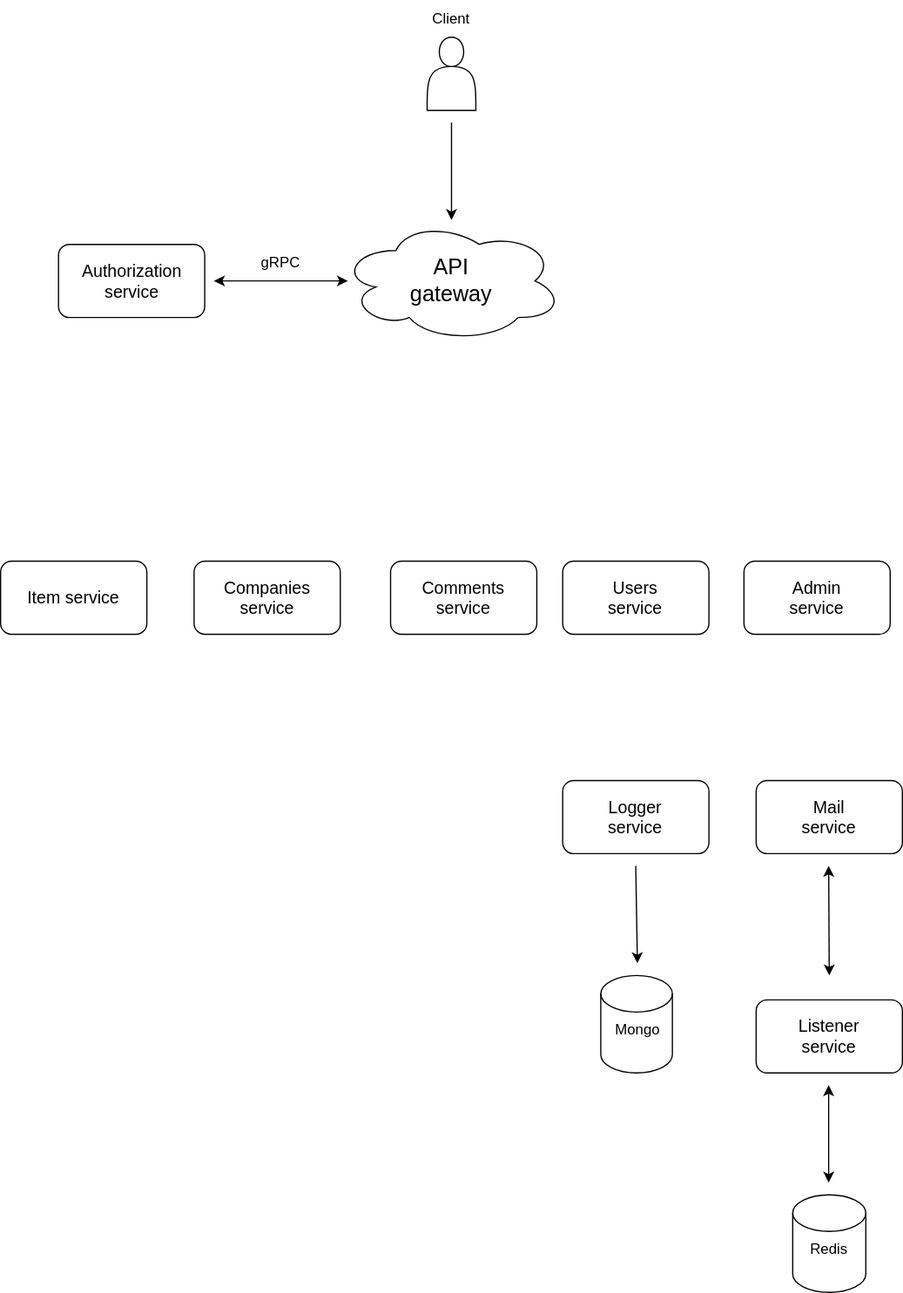
This is all/shopper-micro.drawio.svg from havrydotdev/diagrams, a draw.io export, as it was before one commit. Source tidied: cells renumbered, new cells last; positions are measured from the earlier drawing's top-left corner, leaving out a move shared by most shapes.
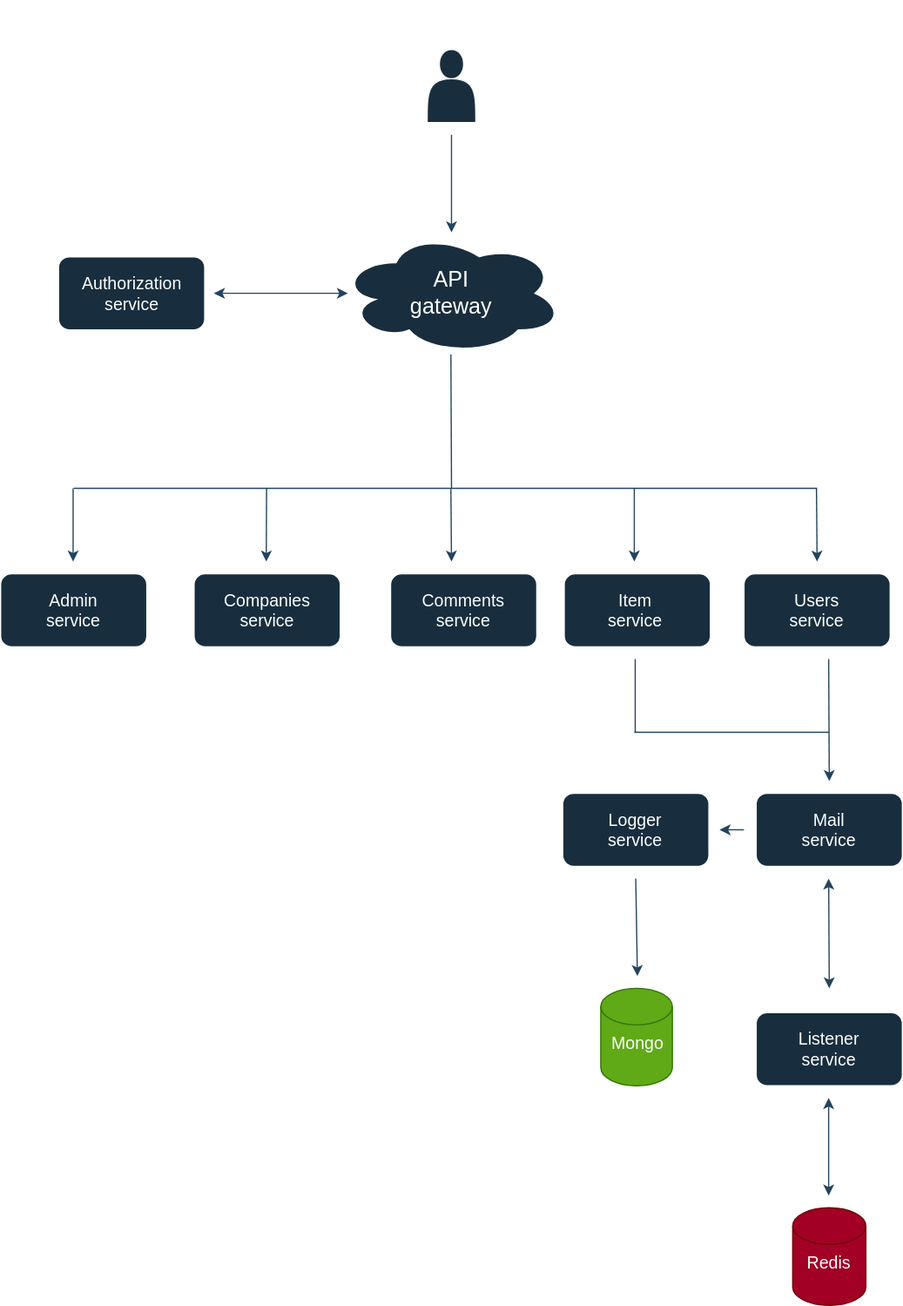
Later version of the same file.

What changed in the source:
```diff
@@ -2,37 +2,37 @@
   <root>
     <mxCell id="0" />
     <mxCell id="1" parent="0" />
-    <mxCell id="2" style="shape=actor;whiteSpace=wrap;html=1;" parent="1" vertex="1">
+    <mxCell id="2" style="shape=actor;whiteSpace=wrap;html=1;labelBackgroundColor=none;fillColor=#182E3E;strokeColor=#FFFFFF;fontColor=#FFFFFF;" parent="1" vertex="1">
       <mxGeometry x="350" y="30" width="40" height="60" as="geometry" />
     </mxCell>
-    <mxCell id="3" value="Client" style="text;strokeColor=none;align=center;fillColor=none;html=1;verticalAlign=middle;whiteSpace=wrap;rounded=0;" parent="1" vertex="1">
-      <mxGeometry x="340" width="60" height="30" as="geometry" />
+    <mxCell id="3" value="Client (browser)" style="text;strokeColor=none;align=center;fillColor=none;html=1;verticalAlign=middle;whiteSpace=wrap;rounded=0;labelBackgroundColor=none;fontColor=#FFFFFF;" parent="1" vertex="1">
+      <mxGeometry x="340" y="-10" width="60" height="30" as="geometry" />
     </mxCell>
-    <mxCell id="4" style="endArrow=classic;html=1;rounded=0;" parent="1" edge="1">
+    <mxCell id="4" style="endArrow=classic;html=1;rounded=0;labelBackgroundColor=none;strokeColor=#23445D;fontColor=default;" parent="1" edge="1">
       <mxGeometry relative="1" as="geometry">
         <mxPoint x="370" y="100" as="sourcePoint" />
         <mxPoint x="370" y="180" as="targetPoint" />
       </mxGeometry>
     </mxCell>
-    <mxCell id="5" style="ellipse;shape=cloud;whiteSpace=wrap;html=1;" parent="1" vertex="1">
+    <mxCell id="5" style="ellipse;shape=cloud;whiteSpace=wrap;html=1;labelBackgroundColor=none;fillColor=#182E3E;strokeColor=#FFFFFF;fontColor=#FFFFFF;" parent="1" vertex="1">
       <mxGeometry x="278.8" y="180" width="182.5" height="100" as="geometry" />
     </mxCell>
-    <mxCell id="6" value="&lt;font style=&quot;font-size: 18px;&quot;&gt;API gateway&lt;/font&gt;" style="text;strokeColor=none;align=center;fillColor=none;html=1;verticalAlign=middle;whiteSpace=wrap;rounded=0;" parent="1" vertex="1">
+    <mxCell id="6" value="&lt;font style=&quot;font-size: 18px;&quot;&gt;API gateway&lt;/font&gt;" style="text;strokeColor=none;align=center;fillColor=none;html=1;verticalAlign=middle;whiteSpace=wrap;rounded=0;labelBackgroundColor=none;fontColor=#FFFFFF;" parent="1" vertex="1">
       <mxGeometry x="325" y="207.5" width="90" height="45" as="geometry" />
     </mxCell>
-    <mxCell id="7" value="Authorization" style="text;strokeColor=none;align=center;fillColor=none;html=1;verticalAlign=middle;whiteSpace=wrap;rounded=0;" parent="1" vertex="1">
+    <mxCell id="7" value="Authorization" style="text;strokeColor=none;align=center;fillColor=none;html=1;verticalAlign=middle;whiteSpace=wrap;rounded=0;labelBackgroundColor=none;fontColor=#FFFFFF;" parent="1" vertex="1">
       <mxGeometry x="70" y="210" width="60" height="30" as="geometry" />
     </mxCell>
-    <mxCell id="8" style="rounded=1;whiteSpace=wrap;html=1;" parent="1" vertex="1">
+    <mxCell id="8" style="rounded=1;whiteSpace=wrap;html=1;labelBackgroundColor=none;fillColor=#182E3E;strokeColor=#FFFFFF;fontColor=#FFFFFF;" parent="1" vertex="1">
       <mxGeometry x="47.5" y="200" width="120" height="60" as="geometry" />
     </mxCell>
-    <mxCell id="9" value="gRPC" style="text;strokeColor=none;align=center;fillColor=none;html=1;verticalAlign=middle;whiteSpace=wrap;rounded=0;" parent="1" vertex="1">
+    <mxCell id="9" value="gRPC" style="text;strokeColor=none;align=center;fillColor=none;html=1;verticalAlign=middle;whiteSpace=wrap;rounded=0;labelBackgroundColor=none;fontColor=#FFFFFF;" parent="1" vertex="1">
       <mxGeometry x="200" y="200" width="60" height="30" as="geometry" />
     </mxCell>
-    <mxCell id="10" value="&lt;font style=&quot;font-size: 14px;&quot;&gt;Authorization service&lt;/font&gt;" style="text;strokeColor=none;align=center;fillColor=none;html=1;verticalAlign=middle;whiteSpace=wrap;rounded=0;" parent="1" vertex="1">
+    <mxCell id="10" value="&lt;font style=&quot;font-size: 14px;&quot;&gt;Authorization service&lt;/font&gt;" style="text;strokeColor=none;align=center;fillColor=none;html=1;verticalAlign=middle;whiteSpace=wrap;rounded=0;labelBackgroundColor=none;fontColor=#FFFFFF;" parent="1" vertex="1">
       <mxGeometry x="62.5" y="210" width="90" height="40" as="geometry" />
     </mxCell>
-    <mxCell id="11" style="endArrow=classic;startArrow=classic;html=1;rounded=0;" parent="1" edge="1">
+    <mxCell id="11" style="endArrow=classic;startArrow=classic;html=1;rounded=0;labelBackgroundColor=none;strokeColor=#23445D;fontColor=default;" parent="1" edge="1">
       <mxGeometry relative="1" as="geometry">
         <mxPoint x="175" y="230" as="sourcePoint" />
         <mxPoint x="285" y="230" as="targetPoint" />
@@ -41,83 +41,155 @@
         </Array>
       </mxGeometry>
     </mxCell>
-    <mxCell id="12" style="rounded=1;whiteSpace=wrap;html=1;" parent="1" vertex="1">
+    <mxCell id="12" style="rounded=1;whiteSpace=wrap;html=1;labelBackgroundColor=none;fillColor=#182E3E;strokeColor=#FFFFFF;fontColor=#FFFFFF;" parent="1" vertex="1">
       <mxGeometry y="460" width="120" height="60" as="geometry" />
     </mxCell>
-    <mxCell id="13" value="&lt;font style=&quot;font-size: 14px;&quot;&gt;Item service&lt;/font&gt;" style="text;strokeColor=none;align=center;fillColor=none;html=1;verticalAlign=middle;whiteSpace=wrap;rounded=0;" parent="1" vertex="1">
-      <mxGeometry x="20" y="465" width="80" height="50" as="geometry" />
-    </mxCell>
-    <mxCell id="14" style="rounded=1;whiteSpace=wrap;html=1;" parent="1" vertex="1">
+    <mxCell id="14" style="rounded=1;whiteSpace=wrap;html=1;labelBackgroundColor=none;fillColor=#182E3E;strokeColor=#FFFFFF;fontColor=#FFFFFF;" parent="1" vertex="1">
       <mxGeometry x="158.8" y="460" width="120" height="60" as="geometry" />
     </mxCell>
-    <mxCell id="15" value="&lt;font style=&quot;font-size: 14px;&quot;&gt;Companies service&lt;/font&gt;" style="text;strokeColor=none;align=center;fillColor=none;html=1;verticalAlign=middle;whiteSpace=wrap;rounded=0;" parent="1" vertex="1">
+    <mxCell id="15" value="&lt;font style=&quot;font-size: 14px;&quot;&gt;Companies service&lt;/font&gt;" style="text;strokeColor=none;align=center;fillColor=none;html=1;verticalAlign=middle;whiteSpace=wrap;rounded=0;labelBackgroundColor=none;fontColor=#FFFFFF;" parent="1" vertex="1">
       <mxGeometry x="188.8" y="475" width="60" height="30" as="geometry" />
     </mxCell>
-    <mxCell id="16" style="rounded=1;whiteSpace=wrap;html=1;" parent="1" vertex="1">
+    <mxCell id="16" style="rounded=1;whiteSpace=wrap;html=1;labelBackgroundColor=none;fillColor=#182E3E;strokeColor=#FFFFFF;fontColor=#FFFFFF;" parent="1" vertex="1">
       <mxGeometry x="320" y="460" width="120" height="60" as="geometry" />
     </mxCell>
-    <mxCell id="17" value="&lt;font style=&quot;font-size: 14px;&quot;&gt;Comments service&lt;/font&gt;" style="text;strokeColor=none;align=center;fillColor=none;html=1;verticalAlign=middle;whiteSpace=wrap;rounded=0;" parent="1" vertex="1">
+    <mxCell id="17" value="&lt;font style=&quot;font-size: 14px;&quot;&gt;Comments service&lt;/font&gt;" style="text;strokeColor=none;align=center;fillColor=none;html=1;verticalAlign=middle;whiteSpace=wrap;rounded=0;labelBackgroundColor=none;fontColor=#FFFFFF;" parent="1" vertex="1">
       <mxGeometry x="350" y="475" width="60" height="30" as="geometry" />
     </mxCell>
-    <mxCell id="18" style="rounded=1;whiteSpace=wrap;html=1;" parent="1" vertex="1">
-      <mxGeometry x="461.2" y="460" width="120" height="60" as="geometry" />
-    </mxCell>
-    <mxCell id="19" value="&lt;font style=&quot;font-size: 14px;&quot;&gt;Users service&lt;/font&gt;" style="text;strokeColor=none;align=center;fillColor=none;html=1;verticalAlign=middle;whiteSpace=wrap;rounded=0;" parent="1" vertex="1">
-      <mxGeometry x="491.2" y="475" width="60" height="30" as="geometry" />
-    </mxCell>
-    <mxCell id="20" style="rounded=1;whiteSpace=wrap;html=1;" parent="1" vertex="1">
+    <mxCell id="20" style="rounded=1;whiteSpace=wrap;html=1;labelBackgroundColor=none;fillColor=#182E3E;strokeColor=#FFFFFF;fontColor=#FFFFFF;" parent="1" vertex="1">
       <mxGeometry x="610" y="460" width="120" height="60" as="geometry" />
     </mxCell>
-    <mxCell id="21" value="&lt;font style=&quot;font-size: 14px;&quot;&gt;Admin service&lt;/font&gt;" style="text;strokeColor=none;align=center;fillColor=none;html=1;verticalAlign=middle;whiteSpace=wrap;rounded=0;" parent="1" vertex="1">
-      <mxGeometry x="640" y="475" width="60" height="30" as="geometry" />
+    <mxCell id="21" value="&lt;font style=&quot;font-size: 14px;&quot;&gt;Admin service&lt;/font&gt;" style="text;strokeColor=none;align=center;fillColor=none;html=1;verticalAlign=middle;whiteSpace=wrap;rounded=0;labelBackgroundColor=none;fontColor=#FFFFFF;" parent="1" vertex="1">
+      <mxGeometry x="30" y="475" width="60" height="30" as="geometry" />
     </mxCell>
-    <mxCell id="22" style="rounded=1;whiteSpace=wrap;html=1;" parent="1" vertex="1">
+    <mxCell id="22" style="rounded=1;whiteSpace=wrap;html=1;labelBackgroundColor=none;fillColor=#182E3E;strokeColor=#FFFFFF;fontColor=#FFFFFF;" parent="1" vertex="1">
       <mxGeometry x="461.2" y="640" width="120" height="60" as="geometry" />
     </mxCell>
-    <mxCell id="23" value="&lt;font style=&quot;font-size: 14px;&quot;&gt;Logger service&lt;/font&gt;" style="text;strokeColor=none;align=center;fillColor=none;html=1;verticalAlign=middle;whiteSpace=wrap;rounded=0;" parent="1" vertex="1">
+    <mxCell id="23" value="&lt;font style=&quot;font-size: 14px;&quot;&gt;Logger service&lt;/font&gt;" style="text;strokeColor=none;align=center;fillColor=none;html=1;verticalAlign=middle;whiteSpace=wrap;rounded=0;labelBackgroundColor=none;fontColor=#FFFFFF;" parent="1" vertex="1">
       <mxGeometry x="491.2" y="655" width="60" height="30" as="geometry" />
     </mxCell>
-    <mxCell id="24" style="rounded=1;whiteSpace=wrap;html=1;" parent="1" vertex="1">
+    <mxCell id="24" style="rounded=1;whiteSpace=wrap;html=1;labelBackgroundColor=none;fillColor=#182E3E;strokeColor=#FFFFFF;fontColor=#FFFFFF;" parent="1" vertex="1">
       <mxGeometry x="620" y="640" width="120" height="60" as="geometry" />
     </mxCell>
-    <mxCell id="25" value="&lt;font style=&quot;font-size: 14px;&quot;&gt;Mail service&lt;/font&gt;" style="text;strokeColor=none;align=center;fillColor=none;html=1;verticalAlign=middle;whiteSpace=wrap;rounded=0;" parent="1" vertex="1">
+    <mxCell id="25" value="&lt;font style=&quot;font-size: 14px;&quot;&gt;Mail service&lt;/font&gt;" style="text;strokeColor=none;align=center;fillColor=none;html=1;verticalAlign=middle;whiteSpace=wrap;rounded=0;labelBackgroundColor=none;fontColor=#FFFFFF;" parent="1" vertex="1">
       <mxGeometry x="650" y="655" width="60" height="30" as="geometry" />
     </mxCell>
-    <mxCell id="26" style="shape=cylinder3;whiteSpace=wrap;html=1;boundedLbl=1;backgroundOutline=1;size=15;" parent="1" vertex="1">
+    <mxCell id="26" style="shape=cylinder3;whiteSpace=wrap;html=1;boundedLbl=1;backgroundOutline=1;size=15;labelBackgroundColor=none;fillColor=#60a917;strokeColor=#2D7600;fontColor=#ffffff;" parent="1" vertex="1">
       <mxGeometry x="492.5" y="800" width="58.8" height="80" as="geometry" />
     </mxCell>
-    <mxCell id="27" style="endArrow=classic;html=1;rounded=0;" parent="1" edge="1">
+    <mxCell id="27" style="endArrow=classic;html=1;rounded=0;labelBackgroundColor=none;strokeColor=#23445D;fontColor=default;" parent="1" edge="1">
       <mxGeometry relative="1" as="geometry">
         <mxPoint x="521.2" y="710" as="sourcePoint" />
         <mxPoint x="522.6" y="790" as="targetPoint" />
       </mxGeometry>
     </mxCell>
-    <mxCell id="28" value="Mongo" style="text;strokeColor=none;align=center;fillColor=none;html=1;verticalAlign=middle;whiteSpace=wrap;rounded=0;" parent="1" vertex="1">
+    <mxCell id="28" value="&lt;font style=&quot;font-size: 14px;&quot;&gt;Mongo&lt;/font&gt;" style="text;strokeColor=none;align=center;fillColor=none;html=1;verticalAlign=middle;whiteSpace=wrap;rounded=0;labelBackgroundColor=none;fontColor=#FFFFFF;" parent="1" vertex="1">
       <mxGeometry x="492.5" y="830" width="60" height="30" as="geometry" />
     </mxCell>
-    <mxCell id="29" style="endArrow=classic;startArrow=classic;html=1;rounded=0;" parent="1" edge="1">
+    <mxCell id="29" style="endArrow=classic;startArrow=classic;html=1;rounded=0;labelBackgroundColor=none;strokeColor=#23445D;fontColor=default;" parent="1" edge="1">
       <mxGeometry relative="1" as="geometry">
         <mxPoint x="680" y="800" as="sourcePoint" />
         <mxPoint x="679.5" y="710" as="targetPoint" />
       </mxGeometry>
     </mxCell>
-    <mxCell id="30" style="rounded=1;whiteSpace=wrap;html=1;" parent="1" vertex="1">
+    <mxCell id="30" style="rounded=1;whiteSpace=wrap;html=1;labelBackgroundColor=none;fillColor=#182E3E;strokeColor=#FFFFFF;fontColor=#FFFFFF;" parent="1" vertex="1">
       <mxGeometry x="620" y="820" width="120" height="60" as="geometry" />
     </mxCell>
-    <mxCell id="31" value="&lt;font style=&quot;font-size: 14px;&quot;&gt;Listener service&lt;/font&gt;" style="text;strokeColor=none;align=center;fillColor=none;html=1;verticalAlign=middle;whiteSpace=wrap;rounded=0;" parent="1" vertex="1">
+    <mxCell id="31" value="&lt;font style=&quot;font-size: 14px;&quot;&gt;Listener service&lt;/font&gt;" style="text;strokeColor=none;align=center;fillColor=none;html=1;verticalAlign=middle;whiteSpace=wrap;rounded=0;labelBackgroundColor=none;fontColor=#FFFFFF;" parent="1" vertex="1">
       <mxGeometry x="650" y="835" width="60" height="30" as="geometry" />
     </mxCell>
-    <mxCell id="32" style="shape=cylinder3;whiteSpace=wrap;html=1;boundedLbl=1;backgroundOutline=1;size=15;" parent="1" vertex="1">
+    <mxCell id="32" style="shape=cylinder3;whiteSpace=wrap;html=1;boundedLbl=1;backgroundOutline=1;size=15;labelBackgroundColor=none;fillColor=#a20025;strokeColor=#6F0000;fontColor=#ffffff;gradientColor=none;" parent="1" vertex="1">
       <mxGeometry x="650" y="980" width="60" height="80" as="geometry" />
     </mxCell>
-    <mxCell id="33" style="endArrow=classic;startArrow=classic;html=1;rounded=0;" parent="1" edge="1">
+    <mxCell id="33" style="endArrow=classic;startArrow=classic;html=1;rounded=0;labelBackgroundColor=none;strokeColor=#23445D;fontColor=default;" parent="1" edge="1">
       <mxGeometry relative="1" as="geometry">
         <mxPoint x="679.5" y="970" as="sourcePoint" />
         <mxPoint x="679.5" y="890" as="targetPoint" />
       </mxGeometry>
     </mxCell>
-    <mxCell id="34" value="Redis" style="text;strokeColor=none;align=center;fillColor=none;html=1;verticalAlign=middle;whiteSpace=wrap;rounded=0;" parent="1" vertex="1">
+    <mxCell id="34" value="&lt;font style=&quot;font-size: 14px;&quot;&gt;Redis&lt;/font&gt;" style="text;strokeColor=none;align=center;fillColor=none;html=1;verticalAlign=middle;whiteSpace=wrap;rounded=0;labelBackgroundColor=none;fontColor=#FFFFFF;" parent="1" vertex="1">
       <mxGeometry x="650" y="1010" width="60" height="30" as="geometry" />
     </mxCell>
+    <mxCell id="35" value="gRPC" style="text;strokeColor=none;align=center;fillColor=none;html=1;verticalAlign=middle;whiteSpace=wrap;rounded=0;rotation=90;labelBackgroundColor=none;fontColor=#FFFFFF;" parent="1" vertex="1">
+      <mxGeometry x="660" y="740" width="60" height="30" as="geometry" />
+    </mxCell>
+    <mxCell id="36" style="endArrow=classic;html=1;rounded=0;labelBackgroundColor=none;strokeColor=#23445D;fontColor=default;" parent="1" edge="1">
+      <mxGeometry relative="1" as="geometry">
+        <mxPoint x="610" y="670" as="sourcePoint" />
+        <mxPoint x="590" y="670" as="targetPoint" />
+      </mxGeometry>
+    </mxCell>
+    <mxCell id="37" style="endArrow=none;html=1;rounded=0;labelBackgroundColor=none;strokeColor=#23445D;fontColor=default;" parent="1" edge="1">
+      <mxGeometry relative="1" as="geometry">
+        <mxPoint x="520" y="590" as="sourcePoint" />
+        <mxPoint x="680" y="590" as="targetPoint" />
+      </mxGeometry>
+    </mxCell>
+    <mxCell id="38" style="endArrow=none;html=1;rounded=0;labelBackgroundColor=none;strokeColor=#23445D;fontColor=default;" parent="1" edge="1">
+      <mxGeometry relative="1" as="geometry">
+        <mxPoint x="520.8" y="590" as="sourcePoint" />
+        <mxPoint x="520.8" y="530" as="targetPoint" />
+      </mxGeometry>
+    </mxCell>
+    <mxCell id="39" style="endArrow=none;html=1;rounded=0;labelBackgroundColor=none;strokeColor=#23445D;fontColor=default;" parent="1" edge="1">
+      <mxGeometry relative="1" as="geometry">
+        <mxPoint x="370" y="390" as="sourcePoint" />
+        <mxPoint x="369.5" y="280" as="targetPoint" />
+      </mxGeometry>
+    </mxCell>
+    <mxCell id="40" style="endArrow=none;html=1;rounded=0;labelBackgroundColor=none;strokeColor=#23445D;fontColor=default;" parent="1" edge="1">
+      <mxGeometry relative="1" as="geometry">
+        <mxPoint x="60" y="390" as="sourcePoint" />
+        <mxPoint x="670" y="390" as="targetPoint" />
+      </mxGeometry>
+    </mxCell>
+    <mxCell id="41" style="endArrow=classic;html=1;rounded=0;labelBackgroundColor=none;strokeColor=#23445D;fontColor=default;" parent="1" edge="1">
+      <mxGeometry relative="1" as="geometry">
+        <mxPoint x="59.5" y="390" as="sourcePoint" />
+        <mxPoint x="59.5" y="450" as="targetPoint" />
+      </mxGeometry>
+    </mxCell>
+    <mxCell id="42" style="endArrow=classic;html=1;rounded=0;labelBackgroundColor=none;strokeColor=#23445D;fontColor=default;" parent="1" edge="1">
+      <mxGeometry relative="1" as="geometry">
+        <mxPoint x="218.2" y="390" as="sourcePoint" />
+        <mxPoint x="218" y="450" as="targetPoint" />
+      </mxGeometry>
+    </mxCell>
+    <mxCell id="43" style="endArrow=classic;html=1;rounded=0;labelBackgroundColor=none;strokeColor=#23445D;fontColor=default;" parent="1" edge="1">
+      <mxGeometry relative="1" as="geometry">
+        <mxPoint x="369.5" y="390" as="sourcePoint" />
+        <mxPoint x="370" y="450" as="targetPoint" />
+      </mxGeometry>
+    </mxCell>
+    <mxCell id="44" style="endArrow=classic;html=1;rounded=0;labelBackgroundColor=none;strokeColor=#23445D;fontColor=default;" parent="1" edge="1">
+      <mxGeometry relative="1" as="geometry">
+        <mxPoint x="520" y="390" as="sourcePoint" />
+        <mxPoint x="520" y="450" as="targetPoint" />
+      </mxGeometry>
+    </mxCell>
+    <mxCell id="45" style="endArrow=classic;html=1;rounded=0;labelBackgroundColor=none;strokeColor=#23445D;fontColor=default;" parent="1" edge="1">
+      <mxGeometry relative="1" as="geometry">
+        <mxPoint x="669.5" y="390" as="sourcePoint" />
+        <mxPoint x="670" y="450" as="targetPoint" />
+      </mxGeometry>
+    </mxCell>
+    <mxCell id="46" value="gRPC" style="text;strokeColor=none;align=center;fillColor=none;html=1;verticalAlign=middle;whiteSpace=wrap;rounded=0;fontColor=#FFFFFF;" parent="1" vertex="1">
+      <mxGeometry x="570" y="560" width="60" height="30" as="geometry" />
+    </mxCell>
+    <mxCell id="18" style="rounded=1;whiteSpace=wrap;html=1;labelBackgroundColor=none;fillColor=#182E3E;strokeColor=#FFFFFF;fontColor=#FFFFFF;" parent="1" vertex="1">
+      <mxGeometry x="462.5" y="460" width="120" height="60" as="geometry" />
+    </mxCell>
+    <mxCell id="13" value="&lt;font style=&quot;font-size: 14px;&quot;&gt;Item service&lt;/font&gt;" style="text;strokeColor=none;align=center;fillColor=none;html=1;verticalAlign=middle;whiteSpace=wrap;rounded=0;fontColor=#FFFFFF;" parent="1" vertex="1">
+      <mxGeometry x="491.2" y="475" width="60" height="30" as="geometry" />
+    </mxCell>
+    <mxCell id="19" value="&lt;font style=&quot;font-size: 14px;&quot;&gt;Users service&lt;/font&gt;" style="text;strokeColor=none;align=center;fillColor=none;html=1;verticalAlign=middle;whiteSpace=wrap;rounded=0;fontColor=#FFFFFF;" parent="1" vertex="1">
+      <mxGeometry x="640" y="475" width="60" height="30" as="geometry" />
+    </mxCell>
+    <mxCell id="47" style="endArrow=classic;html=1;rounded=0;strokeColor=#23445D;" parent="1" edge="1">
+      <mxGeometry relative="1" as="geometry">
+        <mxPoint x="679.5" y="530" as="sourcePoint" />
+        <mxPoint x="680" y="630" as="targetPoint" />
+      </mxGeometry>
+    </mxCell>
   </root>
 </mxGraphModel>
```
